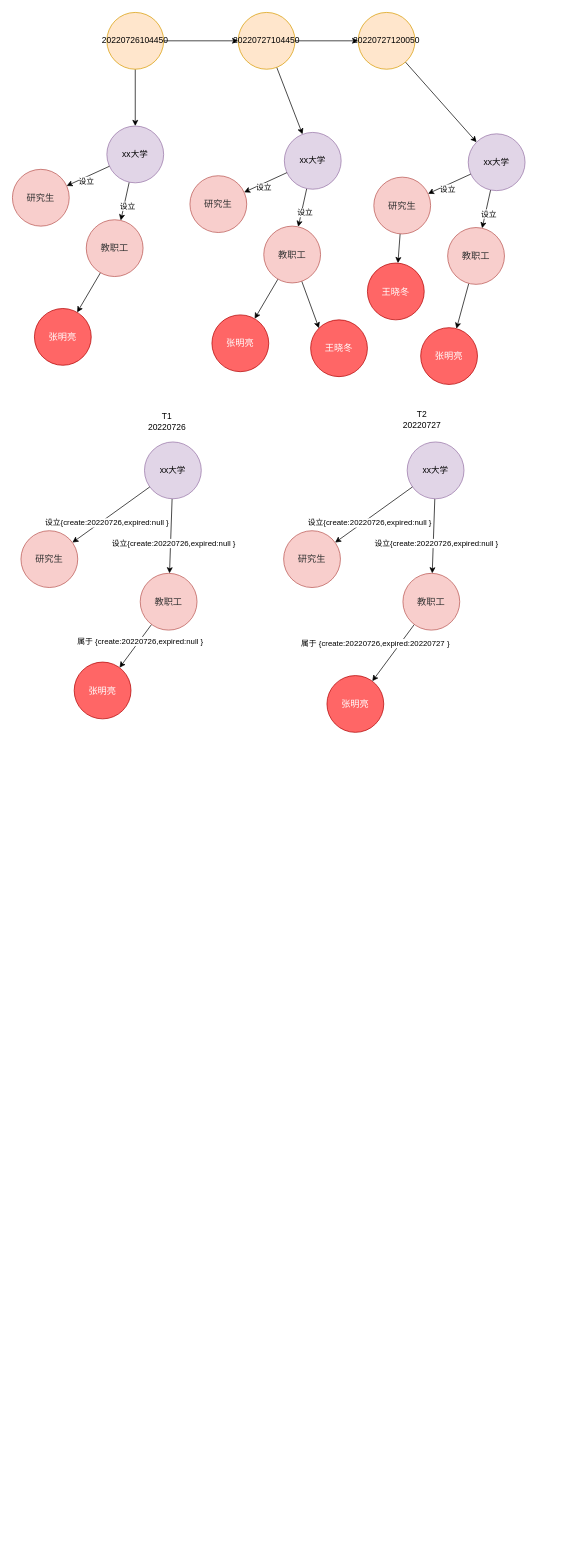
Earlier version of the draw.io diagram time.drawio (evilbinary/data). Source tidied: cells renumbered, new cells numbered last; positions are measured from the earlier drawing's top-left corner, leaving out a move shared by most shapes. Both pictures are drawn from the tidied source at 71%, with x=0, y=0 at pixel (12, 12).
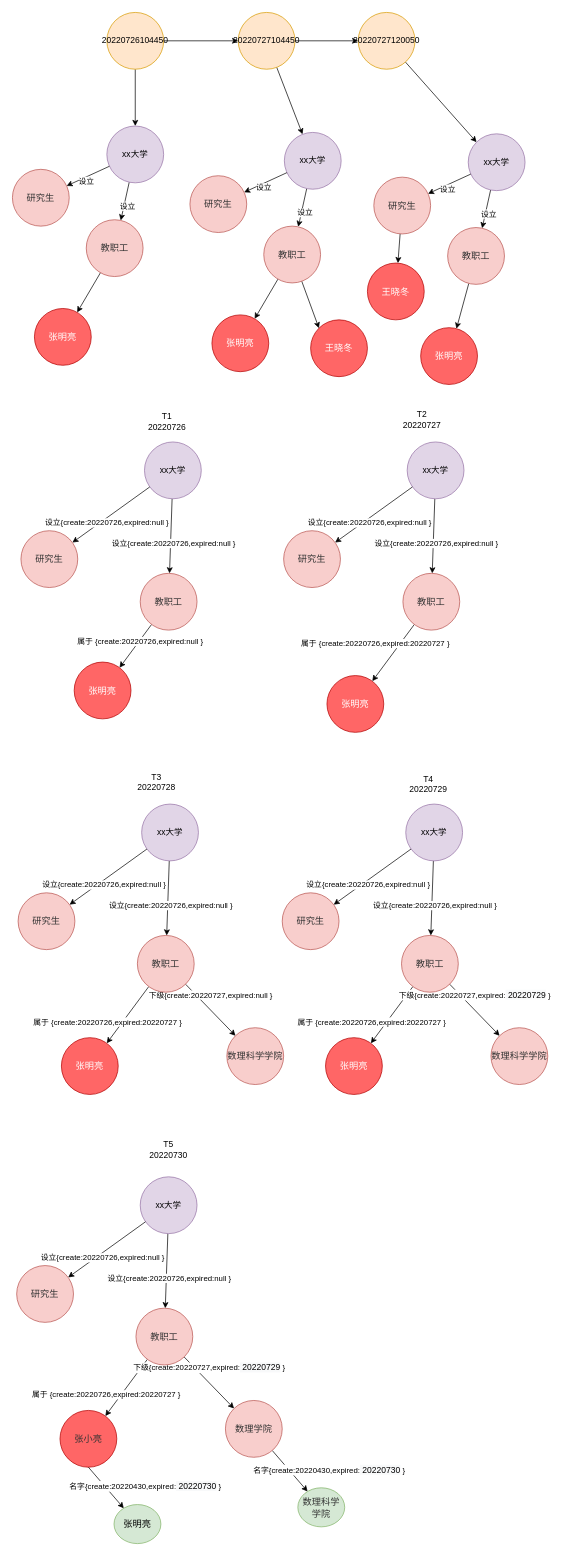
The same diagram, later.

The edit, as a diff of the source:
```diff
@@
+    <mxCell id="63" style="rounded=0;jettySize=auto;html=1;" parent="1" edge="1" source="65" target="69">
+      <mxGeometry relative="1" as="geometry" />
+    </mxCell>
+    <mxCell id="64" value="设立{create:20220726,expired:null }" style="edgeLabel;html=1;align=center;verticalAlign=middle;" parent="63" vertex="1">
+      <mxGeometry x="0.16" y="4" relative="1" as="geometry">
+        <mxPoint y="1" as="offset" />
+      </mxGeometry>
+    </mxCell>
+    <mxCell id="65" value="xx大学" style="ellipse;whiteSpace=wrap;html=1;fillColor=#e1d5e7;strokeColor=#9673a6;" parent="1" vertex="1">
+      <mxGeometry x="182" y="1115" width="80" height="80" as="geometry" />
+    </mxCell>
+    <mxCell id="66" style="edgeStyle=none;rounded=0;jettySize=auto;html=1;" parent="1" edge="1" source="69" target="73">
+      <mxGeometry relative="1" as="geometry" />
+    </mxCell>
+    <mxCell id="67" value="&lt;font color=&quot;#000000&quot;&gt;属于 {create:20220726,expired:20220727 }&lt;/font&gt;" style="edgeLabel;html=1;align=center;verticalAlign=middle;fontColor=#FFFFFF;" parent="66" vertex="1">
+      <mxGeometry x="-0.24" y="1" relative="1" as="geometry">
+        <mxPoint x="-37" y="18" as="offset" />
+      </mxGeometry>
+    </mxCell>
+    <mxCell id="68" value="&lt;span style=&quot;color: rgb(0, 0, 0);&quot;&gt;下级{create:20220727,expired:null }&lt;/span&gt;" style="edgeStyle=none;rounded=0;jettySize=auto;html=1;fontColor=#009900;strokeColor=#000000;" parent="1" edge="1" source="69" target="75">
+      <mxGeometry x="-0.3" y="14" relative="1" as="geometry">
+        <mxPoint x="1" as="offset" />
+      </mxGeometry>
+    </mxCell>
+    <mxCell id="69" value="&lt;span style=&quot;color: rgb(51, 51, 51); font-family: &amp;quot;Open Sans&amp;quot;, HelveticaNeue-Light, &amp;quot;Helvetica Neue Light&amp;quot;, &amp;quot;Helvetica Neue&amp;quot;, Helvetica, Arial, sans-serif; font-size: 13px; text-align: start;&quot;&gt;教职工&lt;/span&gt;" style="ellipse;whiteSpace=wrap;html=1;fillColor=#f8cecc;strokeColor=#b85450;" parent="1" vertex="1">
+      <mxGeometry x="176" y="1300" width="80" height="80" as="geometry" />
+    </mxCell>
+    <mxCell id="70" style="rounded=0;jettySize=auto;html=1;" parent="1" edge="1" source="65" target="72">
+      <mxGeometry relative="1" as="geometry" />
+    </mxCell>
+    <mxCell id="71" value="设立{create:20220726,expired:null }" style="edgeLabel;html=1;align=center;verticalAlign=middle;" parent="70" vertex="1">
+      <mxGeometry x="0.16" y="4" relative="1" as="geometry">
+        <mxPoint y="1" as="offset" />
+      </mxGeometry>
+    </mxCell>
+    <mxCell id="72" value="&lt;span style=&quot;color: rgb(51, 51, 51); font-family: &amp;quot;Open Sans&amp;quot;, HelveticaNeue-Light, &amp;quot;Helvetica Neue Light&amp;quot;, &amp;quot;Helvetica Neue&amp;quot;, Helvetica, Arial, sans-serif; font-size: 13px; text-align: start;&quot;&gt;研究生&lt;/span&gt;" style="ellipse;whiteSpace=wrap;html=1;fillColor=#f8cecc;strokeColor=#b85450;" parent="1" vertex="1">
+      <mxGeometry x="8" y="1240" width="80" height="80" as="geometry" />
+    </mxCell>
+    <mxCell id="73" value="&lt;span style=&quot;font-family: &amp;quot;Open Sans&amp;quot;, HelveticaNeue-Light, &amp;quot;Helvetica Neue Light&amp;quot;, &amp;quot;Helvetica Neue&amp;quot;, Helvetica, Arial, sans-serif; font-size: 13px; text-align: start;&quot;&gt;张明亮&lt;/span&gt;" style="ellipse;whiteSpace=wrap;html=1;fillColor=#FF6666;strokeColor=#B20000;fontColor=#ffffff;" parent="1" vertex="1">
+      <mxGeometry x="69" y="1444" width="80" height="80" as="geometry" />
+    </mxCell>
+    <mxCell id="74" value="T3 20220728" style="text;html=1;strokeColor=none;fillColor=none;align=center;verticalAlign=middle;whiteSpace=wrap;rounded=0;labelBackgroundColor=none;fontColor=#000000;" parent="1" vertex="1">
+      <mxGeometry x="173" y="1069" width="60" height="30" as="geometry" />
+    </mxCell>
+    <mxCell id="75" value="&lt;span style=&quot;color: rgb(51, 51, 51); font-family: &amp;quot;Open Sans&amp;quot;, HelveticaNeue-Light, &amp;quot;Helvetica Neue Light&amp;quot;, &amp;quot;Helvetica Neue&amp;quot;, Helvetica, Arial, sans-serif; font-size: 13px; text-align: start;&quot;&gt;数理科学学院&lt;/span&gt;" style="ellipse;whiteSpace=wrap;html=1;fillColor=#f8cecc;strokeColor=#b85450;" parent="1" vertex="1">
+      <mxGeometry x="302" y="1430" width="80" height="80" as="geometry" />
+    </mxCell>
+    <mxCell id="76" value="T4 20220729" style="text;html=1;strokeColor=none;fillColor=none;align=center;verticalAlign=middle;whiteSpace=wrap;rounded=0;labelBackgroundColor=none;fontColor=#000000;" parent="1" vertex="1">
+      <mxGeometry x="556" y="1072" width="60" height="30" as="geometry" />
+    </mxCell>
+    <mxCell id="77" style="rounded=0;jettySize=auto;html=1;" parent="1" edge="1" source="79" target="83">
+      <mxGeometry relative="1" as="geometry" />
+    </mxCell>
+    <mxCell id="78" value="设立{create:20220726,expired:null }" style="edgeLabel;html=1;align=center;verticalAlign=middle;" parent="77" vertex="1">
+      <mxGeometry x="0.16" y="4" relative="1" as="geometry">
+        <mxPoint y="1" as="offset" />
+      </mxGeometry>
+    </mxCell>
+    <mxCell id="79" value="xx大学" style="ellipse;whiteSpace=wrap;html=1;fillColor=#e1d5e7;strokeColor=#9673a6;" parent="1" vertex="1">
+      <mxGeometry x="554" y="1115" width="80" height="80" as="geometry" />
+    </mxCell>
+    <mxCell id="80" style="edgeStyle=none;rounded=0;jettySize=auto;html=1;" parent="1" edge="1" source="83" target="87">
+      <mxGeometry relative="1" as="geometry" />
+    </mxCell>
+    <mxCell id="81" value="&lt;font color=&quot;#000000&quot;&gt;属于 {create:20220726,expired:20220727 }&lt;/font&gt;" style="edgeLabel;html=1;align=center;verticalAlign=middle;fontColor=#FFFFFF;" parent="80" vertex="1">
+      <mxGeometry x="-0.24" y="1" relative="1" as="geometry">
+        <mxPoint x="-37" y="18" as="offset" />
+      </mxGeometry>
+    </mxCell>
+    <mxCell id="82" value="&lt;span style=&quot;color: rgb(0, 0, 0);&quot;&gt;下级{create:20220727,expired:&lt;/span&gt;&lt;span style=&quot;color: rgb(0, 0, 0); font-size: 12px; background-color: rgb(248, 249, 250);&quot;&gt;&amp;nbsp;20220729&lt;/span&gt;&lt;span style=&quot;color: rgb(0, 0, 0);&quot;&gt;&amp;nbsp;}&lt;/span&gt;" style="edgeStyle=none;rounded=0;jettySize=auto;html=1;fontColor=#009900;strokeColor=#000000;" parent="1" edge="1" source="83" target="88">
+      <mxGeometry x="-0.3" y="14" relative="1" as="geometry">
+        <mxPoint x="1" as="offset" />
+      </mxGeometry>
+    </mxCell>
+    <mxCell id="83" value="&lt;span style=&quot;color: rgb(51, 51, 51); font-family: &amp;quot;Open Sans&amp;quot;, HelveticaNeue-Light, &amp;quot;Helvetica Neue Light&amp;quot;, &amp;quot;Helvetica Neue&amp;quot;, Helvetica, Arial, sans-serif; font-size: 13px; text-align: start;&quot;&gt;教职工&lt;/span&gt;" style="ellipse;whiteSpace=wrap;html=1;fillColor=#f8cecc;strokeColor=#b85450;" parent="1" vertex="1">
+      <mxGeometry x="548" y="1300" width="80" height="80" as="geometry" />
+    </mxCell>
+    <mxCell id="84" style="rounded=0;jettySize=auto;html=1;" parent="1" edge="1" source="79" target="86">
+      <mxGeometry relative="1" as="geometry" />
+    </mxCell>
+    <mxCell id="85" value="设立{create:20220726,expired:null }" style="edgeLabel;html=1;align=center;verticalAlign=middle;" parent="84" vertex="1">
+      <mxGeometry x="0.16" y="4" relative="1" as="geometry">
+        <mxPoint y="1" as="offset" />
+      </mxGeometry>
+    </mxCell>
+    <mxCell id="86" value="&lt;span style=&quot;color: rgb(51, 51, 51); font-family: &amp;quot;Open Sans&amp;quot;, HelveticaNeue-Light, &amp;quot;Helvetica Neue Light&amp;quot;, &amp;quot;Helvetica Neue&amp;quot;, Helvetica, Arial, sans-serif; font-size: 13px; text-align: start;&quot;&gt;研究生&lt;/span&gt;" style="ellipse;whiteSpace=wrap;html=1;fillColor=#f8cecc;strokeColor=#b85450;" parent="1" vertex="1">
+      <mxGeometry x="380" y="1240" width="80" height="80" as="geometry" />
+    </mxCell>
+    <mxCell id="87" value="&lt;span style=&quot;font-family: &amp;quot;Open Sans&amp;quot;, HelveticaNeue-Light, &amp;quot;Helvetica Neue Light&amp;quot;, &amp;quot;Helvetica Neue&amp;quot;, Helvetica, Arial, sans-serif; font-size: 13px; text-align: start;&quot;&gt;张明亮&lt;/span&gt;" style="ellipse;whiteSpace=wrap;html=1;fillColor=#FF6666;strokeColor=#B20000;fontColor=#ffffff;" parent="1" vertex="1">
+      <mxGeometry x="441" y="1444" width="80" height="80" as="geometry" />
+    </mxCell>
+    <mxCell id="88" value="&lt;span style=&quot;color: rgb(51, 51, 51); font-family: &amp;quot;Open Sans&amp;quot;, HelveticaNeue-Light, &amp;quot;Helvetica Neue Light&amp;quot;, &amp;quot;Helvetica Neue&amp;quot;, Helvetica, Arial, sans-serif; font-size: 13px; text-align: start;&quot;&gt;数理科学学院&lt;/span&gt;" style="ellipse;whiteSpace=wrap;html=1;fillColor=#f8cecc;strokeColor=#b85450;" parent="1" vertex="1">
+      <mxGeometry x="674" y="1430" width="80" height="80" as="geometry" />
+    </mxCell>
+    <mxCell id="89" style="rounded=0;jettySize=auto;html=1;" parent="1" edge="1" source="91" target="95">
+      <mxGeometry relative="1" as="geometry" />
+    </mxCell>
+    <mxCell id="90" value="设立{create:20220726,expired:null }" style="edgeLabel;html=1;align=center;verticalAlign=middle;" parent="89" vertex="1">
+      <mxGeometry x="0.16" y="4" relative="1" as="geometry">
+        <mxPoint y="1" as="offset" />
+      </mxGeometry>
+    </mxCell>
+    <mxCell id="91" value="xx大学" style="ellipse;whiteSpace=wrap;html=1;fillColor=#e1d5e7;strokeColor=#9673a6;" parent="1" vertex="1">
+      <mxGeometry x="180" y="1640" width="80" height="80" as="geometry" />
+    </mxCell>
+    <mxCell id="92" style="edgeStyle=none;rounded=0;jettySize=auto;html=1;" parent="1" edge="1" source="95" target="99">
+      <mxGeometry relative="1" as="geometry" />
+    </mxCell>
+    <mxCell id="93" value="&lt;font color=&quot;#000000&quot;&gt;属于 {create:20220726,expired:20220727 }&lt;/font&gt;" style="edgeLabel;html=1;align=center;verticalAlign=middle;fontColor=#FFFFFF;" parent="92" vertex="1">
+      <mxGeometry x="-0.24" y="1" relative="1" as="geometry">
+        <mxPoint x="-37" y="18" as="offset" />
+      </mxGeometry>
+    </mxCell>
+    <mxCell id="94" value="&lt;span style=&quot;color: rgb(0, 0, 0);&quot;&gt;下级{create:20220727,expired:&lt;/span&gt;&lt;span style=&quot;color: rgb(0, 0, 0); font-size: 12px; background-color: rgb(248, 249, 250);&quot;&gt;&amp;nbsp;20220729&lt;/span&gt;&lt;span style=&quot;color: rgb(0, 0, 0);&quot;&gt;&amp;nbsp;}&lt;/span&gt;" style="edgeStyle=none;rounded=0;jettySize=auto;html=1;fontColor=#009900;strokeColor=#000000;" parent="1" edge="1" source="95" target="102">
+      <mxGeometry x="-0.3" y="14" relative="1" as="geometry">
+        <mxPoint x="1" as="offset" />
+      </mxGeometry>
+    </mxCell>
+    <mxCell id="95" value="&lt;span style=&quot;color: rgb(51, 51, 51); font-family: &amp;quot;Open Sans&amp;quot;, HelveticaNeue-Light, &amp;quot;Helvetica Neue Light&amp;quot;, &amp;quot;Helvetica Neue&amp;quot;, Helvetica, Arial, sans-serif; font-size: 13px; text-align: start;&quot;&gt;教职工&lt;/span&gt;" style="ellipse;whiteSpace=wrap;html=1;fillColor=#f8cecc;strokeColor=#b85450;" parent="1" vertex="1">
+      <mxGeometry x="174" y="1825" width="80" height="80" as="geometry" />
+    </mxCell>
+    <mxCell id="96" style="rounded=0;jettySize=auto;html=1;" parent="1" edge="1" source="91" target="98">
+      <mxGeometry relative="1" as="geometry" />
+    </mxCell>
+    <mxCell id="97" value="设立{create:20220726,expired:null }" style="edgeLabel;html=1;align=center;verticalAlign=middle;" parent="96" vertex="1">
+      <mxGeometry x="0.16" y="4" relative="1" as="geometry">
+        <mxPoint y="1" as="offset" />
+      </mxGeometry>
+    </mxCell>
+    <mxCell id="98" value="&lt;span style=&quot;color: rgb(51, 51, 51); font-family: &amp;quot;Open Sans&amp;quot;, HelveticaNeue-Light, &amp;quot;Helvetica Neue Light&amp;quot;, &amp;quot;Helvetica Neue&amp;quot;, Helvetica, Arial, sans-serif; font-size: 13px; text-align: start;&quot;&gt;研究生&lt;/span&gt;" style="ellipse;whiteSpace=wrap;html=1;fillColor=#f8cecc;strokeColor=#b85450;" parent="1" vertex="1">
+      <mxGeometry x="6" y="1765" width="80" height="80" as="geometry" />
+    </mxCell>
+    <mxCell id="99" value="&lt;span style=&quot;color: rgb(51, 51, 51); font-family: &amp;quot;Open Sans&amp;quot;, HelveticaNeue-Light, &amp;quot;Helvetica Neue Light&amp;quot;, &amp;quot;Helvetica Neue&amp;quot;, Helvetica, Arial, sans-serif; font-size: 13px; text-align: start;&quot;&gt;张小亮&lt;/span&gt;" style="ellipse;whiteSpace=wrap;html=1;fillColor=#FF6666;strokeColor=#B20000;fontColor=#ffffff;" parent="1" vertex="1">
+      <mxGeometry x="67" y="1969" width="80" height="80" as="geometry" />
+    </mxCell>
+    <mxCell id="100" style="edgeStyle=none;rounded=0;jettySize=auto;html=1;fontColor=#009900;strokeColor=#000000;" parent="1" edge="1" source="102" target="104">
+      <mxGeometry relative="1" as="geometry" />
+    </mxCell>
+    <mxCell id="101" value="&lt;font color=&quot;#000000&quot;&gt;名字&lt;/font&gt;&lt;span style=&quot;color: rgb(0, 0, 0);&quot;&gt;{create:20220430,expired:&lt;/span&gt;&lt;span style=&quot;color: rgb(0, 0, 0); font-size: 12px; background-color: rgb(248, 249, 250);&quot;&gt;&amp;nbsp;20220730&lt;/span&gt;&lt;span style=&quot;color: rgb(0, 0, 0);&quot;&gt;&amp;nbsp;}&lt;/span&gt;" style="edgeLabel;html=1;align=center;verticalAlign=middle;fontColor=#009900;" parent="100" vertex="1">
+      <mxGeometry x="-0.13" y="2" relative="1" as="geometry">
+        <mxPoint x="56" y="3" as="offset" />
+      </mxGeometry>
+    </mxCell>
+    <mxCell id="102" value="&lt;span style=&quot;color: rgb(51, 51, 51); font-family: &amp;quot;Open Sans&amp;quot;, HelveticaNeue-Light, &amp;quot;Helvetica Neue Light&amp;quot;, &amp;quot;Helvetica Neue&amp;quot;, Helvetica, Arial, sans-serif; font-size: 13px; text-align: start;&quot;&gt;数理学院&lt;/span&gt;" style="ellipse;whiteSpace=wrap;html=1;fillColor=#f8cecc;strokeColor=#b85450;" parent="1" vertex="1">
+      <mxGeometry x="300" y="1955" width="80" height="80" as="geometry" />
+    </mxCell>
+    <mxCell id="103" value="T5 20220730" style="text;html=1;strokeColor=none;fillColor=none;align=center;verticalAlign=middle;whiteSpace=wrap;rounded=0;labelBackgroundColor=none;fontColor=#000000;" parent="1" vertex="1">
+      <mxGeometry x="190" y="1587" width="60" height="30" as="geometry" />
+    </mxCell>
+    <mxCell id="104" value="&lt;span style=&quot;color: rgb(51, 51, 51); font-family: &amp;quot;Open Sans&amp;quot;, HelveticaNeue-Light, &amp;quot;Helvetica Neue Light&amp;quot;, &amp;quot;Helvetica Neue&amp;quot;, Helvetica, Arial, sans-serif; font-size: 13px; text-align: start;&quot;&gt;数理科学学院&lt;/span&gt;" style="ellipse;whiteSpace=wrap;html=1;fillColor=#d5e8d4;strokeColor=#82b366;" parent="1" vertex="1">
+      <mxGeometry x="402" y="2078" width="66" height="55" as="geometry" />
+    </mxCell>
+    <mxCell id="105" style="edgeStyle=none;rounded=0;jettySize=auto;html=1;fontColor=#009900;strokeColor=#000000;" parent="1" edge="1" target="107">
+      <mxGeometry relative="1" as="geometry">
+        <mxPoint x="107" y="2049" as="sourcePoint" />
+      </mxGeometry>
+    </mxCell>
+    <mxCell id="106" value="&lt;font color=&quot;#000000&quot;&gt;名字&lt;/font&gt;&lt;span style=&quot;color: rgb(0, 0, 0);&quot;&gt;{create:20220430,expired:&lt;/span&gt;&lt;span style=&quot;color: rgb(0, 0, 0); font-size: 12px; background-color: rgb(248, 249, 250);&quot;&gt;&amp;nbsp;20220730&lt;/span&gt;&lt;span style=&quot;color: rgb(0, 0, 0);&quot;&gt;&amp;nbsp;}&lt;/span&gt;" style="edgeLabel;html=1;align=center;verticalAlign=middle;fontColor=#009900;" parent="105" vertex="1">
+      <mxGeometry x="-0.13" y="2" relative="1" as="geometry">
+        <mxPoint x="56" y="3" as="offset" />
+      </mxGeometry>
+    </mxCell>
+    <mxCell id="107" value="&lt;span style=&quot;font-family: &amp;quot;Open Sans&amp;quot;, HelveticaNeue-Light, &amp;quot;Helvetica Neue Light&amp;quot;, &amp;quot;Helvetica Neue&amp;quot;, Helvetica, Arial, sans-serif; font-size: 13px; text-align: start;&quot;&gt;张明亮&lt;/span&gt;" style="ellipse;whiteSpace=wrap;html=1;fillColor=#d5e8d4;strokeColor=#82b366;" parent="1" vertex="1">
+      <mxGeometry x="143.1" y="2101.6" width="66" height="55" as="geometry" />
+    </mxCell>
```
